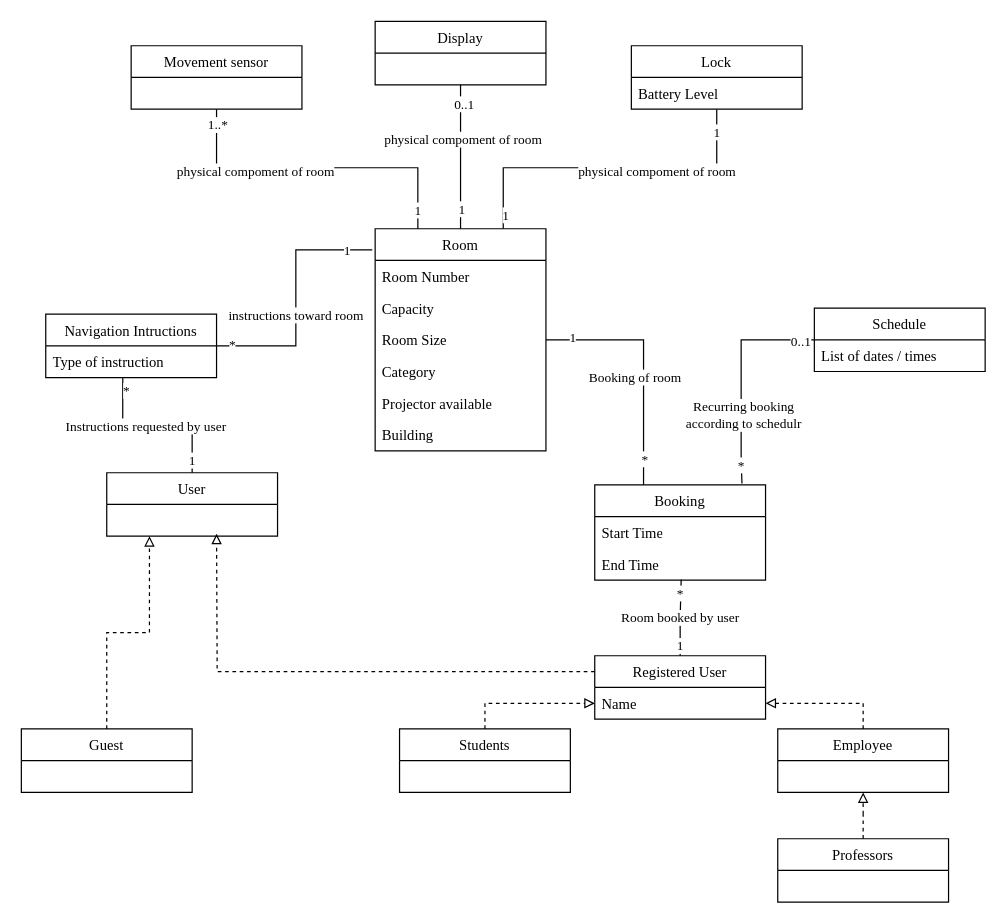
Earlier version of the draw.io diagram Notes/DomainModel.drawio (AkshayChikhalkar/UniversityManagementSystem). Source tidied: cells renumbered, new cells numbered last; positions are measured from the earlier drawing's top-left corner, leaving out a move shared by most shapes. Both pictures are drawn from the tidied source at 122%, with x=0, y=0 at pixel (21, 21).
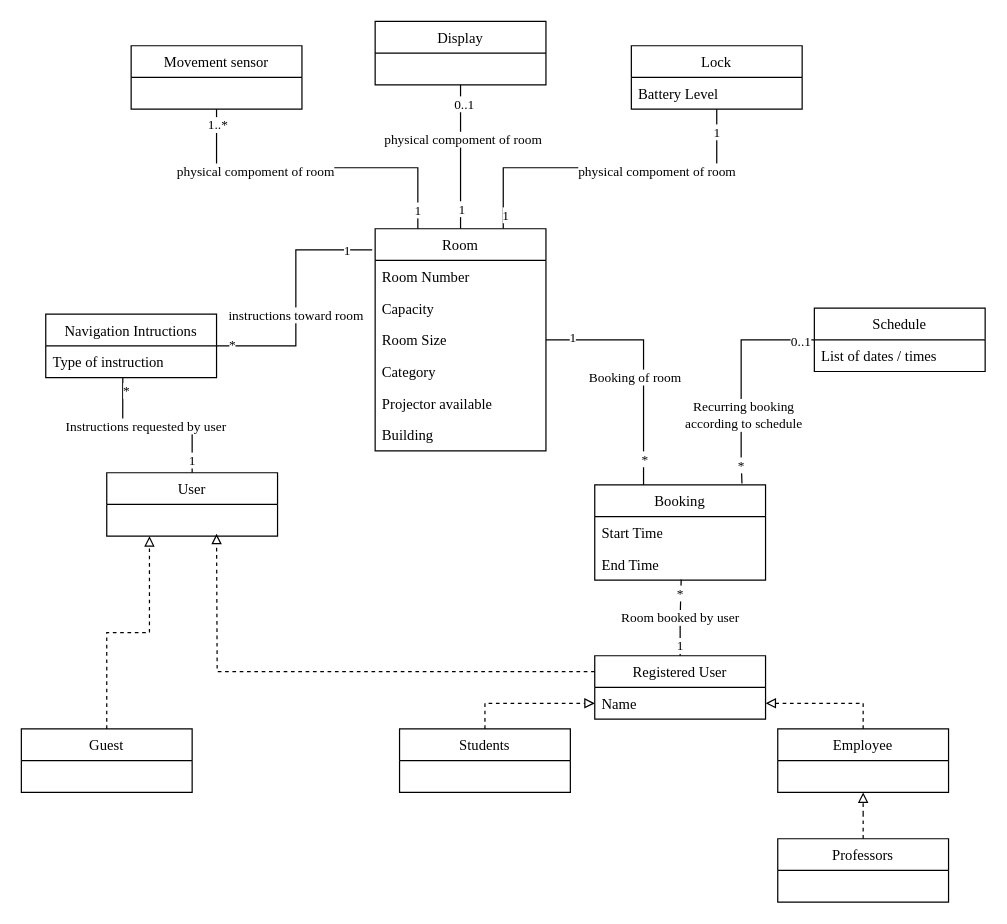
Above is the later version.

The change refers to these unchanged cells:
```xml
<mxCell id="45" style="edgeStyle=orthogonalEdgeStyle;rounded=0;jettySize=auto;html=1;endArrow=none;endFill=0;entryX=0.862;entryY=-0.015;entryDx=0;entryDy=0;entryPerimeter=0;fontFamily=Times New Roman;" parent="1" edge="1" source="49" target="6">
  <mxGeometry x="-0.01" y="-20" relative="1" as="geometry">
    <Array as="points">
      <mxPoint x="590" y="261" />
      <mxPoint x="590" y="360" />
      <mxPoint x="591" y="360" />
    </Array>
  </mxGeometry>
</mxCell>
```

The edit, as a diff of the source:
```diff
@@
-    <mxCell id="48" value="Recurring booking&lt;br&gt;according to schedulr" style="edgeLabel;html=1;align=center;verticalAlign=middle;fontFamily=Times New Roman;" parent="45" vertex="1">
+    <mxCell id="48" value="Recurring booking&lt;br&gt;according to schedule" style="edgeLabel;html=1;align=center;verticalAlign=middle;fontFamily=Times New Roman;" parent="45" vertex="1">
       <mxGeometry x="0.36" y="1" relative="1" as="geometry" />
     </mxCell>
```
